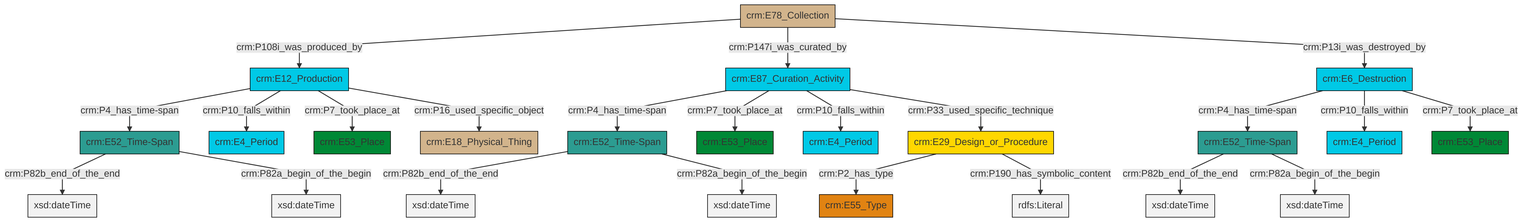
Earlier version of the Mermaid export et/archivalCSV/ttl/mmd/png/archival_existence.png (swiss-art-research-net/docs.swissartresearch). Its source is kept beside it as et/archivalCSV/ttl/mmd/archival_existence.ttl.mmd.
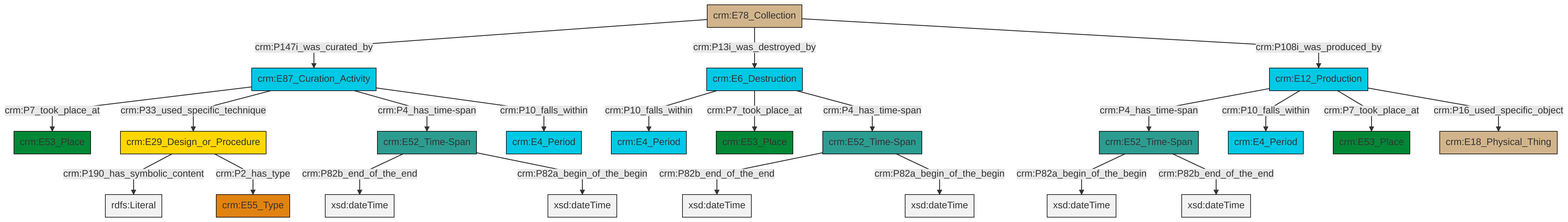
Above is the later version.

Diff of the diagram source:
```diff
@@ -13,25 +13,25 @@
 classDef PC_Classes fill:#4ce600, stroke:#000000;
 classDef Multi fill:#cccccc,stroke:#000000;
 
-4["crm:E29_Design_or_Procedure"]:::Conceptual_Object -->|crm:P2_has_type| 5["crm:E55_Type"]:::Type
-0["crm:E6_Destruction"]:::Temporal_Entity -->|crm:P4_has_time-span| 10["crm:E52_Time-Span"]:::Time-Span
-8["crm:E52_Time-Span"]:::Time-Span -->|crm:P82b_end_of_the_end| 11[xsd:dateTime]:::Literal
-2["crm:E87_Curation_Activity"]:::Temporal_Entity -->|crm:P4_has_time-span| 12["crm:E52_Time-Span"]:::Time-Span
-0["crm:E6_Destruction"]:::Temporal_Entity -->|crm:P10_falls_within| 6["crm:E4_Period"]:::Temporal_Entity
-14["crm:E12_Production"]:::Temporal_Entity -->|crm:P4_has_time-span| 8["crm:E52_Time-Span"]:::Time-Span
-2["crm:E87_Curation_Activity"]:::Temporal_Entity -->|crm:P7_took_place_at| 19["crm:E53_Place"]:::Place
-15["crm:E78_Collection"]:::Physical_Thing -->|crm:P108i_was_produced_by| 14["crm:E12_Production"]:::Temporal_Entity
-0["crm:E6_Destruction"]:::Temporal_Entity -->|crm:P7_took_place_at| 21["crm:E53_Place"]:::Place
-12["crm:E52_Time-Span"]:::Time-Span -->|crm:P82b_end_of_the_end| 22[xsd:dateTime]:::Literal
-12["crm:E52_Time-Span"]:::Time-Span -->|crm:P82a_begin_of_the_begin| 23[xsd:dateTime]:::Literal
-10["crm:E52_Time-Span"]:::Time-Span -->|crm:P82b_end_of_the_end| 24[xsd:dateTime]:::Literal
-4["crm:E29_Design_or_Procedure"]:::Conceptual_Object -->|crm:P190_has_symbolic_content| 25[rdfs:Literal]:::Literal
-10["crm:E52_Time-Span"]:::Time-Span -->|crm:P82a_begin_of_the_begin| 26[xsd:dateTime]:::Literal
-14["crm:E12_Production"]:::Temporal_Entity -->|crm:P10_falls_within| 17["crm:E4_Period"]:::Temporal_Entity
-2["crm:E87_Curation_Activity"]:::Temporal_Entity -->|crm:P10_falls_within| 29["crm:E4_Period"]:::Temporal_Entity
-8["crm:E52_Time-Span"]:::Time-Span -->|crm:P82a_begin_of_the_begin| 31[xsd:dateTime]:::Literal
-14["crm:E12_Production"]:::Temporal_Entity -->|crm:P7_took_place_at| 36["crm:E53_Place"]:::Place
-14["crm:E12_Production"]:::Temporal_Entity -->|crm:P16_used_specific_object| 27["crm:E18_Physical_Thing"]:::Physical_Thing
-15["crm:E78_Collection"]:::Physical_Thing -->|crm:P147i_was_curated_by| 2["crm:E87_Curation_Activity"]:::Temporal_Entity
-2["crm:E87_Curation_Activity"]:::Temporal_Entity -->|crm:P33_used_specific_technique| 4["crm:E29_Design_or_Procedure"]:::Conceptual_Object
-15["crm:E78_Collection"]:::Physical_Thing -->|crm:P13i_was_destroyed_by| 0["crm:E6_Destruction"]:::Temporal_Entity
+0["crm:E12_Production"]:::Temporal_Entity -->|crm:P4_has_time-span| 1["crm:E52_Time-Span"]:::Time-Span
+6["crm:E52_Time-Span"]:::Time-Span -->|crm:P82b_end_of_the_end| 7[xsd:dateTime]:::Literal
+8["crm:E78_Collection"]:::Physical_Thing -->|crm:P147i_was_curated_by| 9["crm:E87_Curation_Activity"]:::Temporal_Entity
+4["crm:E6_Destruction"]:::Temporal_Entity -->|crm:P10_falls_within| 10["crm:E4_Period"]:::Temporal_Entity
+12["crm:E29_Design_or_Procedure"]:::Conceptual_Object -->|crm:P190_has_symbolic_content| 13[rdfs:Literal]:::Literal
+12["crm:E29_Design_or_Procedure"]:::Conceptual_Object -->|crm:P2_has_type| 18["crm:E55_Type"]:::Type
+6["crm:E52_Time-Span"]:::Time-Span -->|crm:P82a_begin_of_the_begin| 19[xsd:dateTime]:::Literal
+20["crm:E52_Time-Span"]:::Time-Span -->|crm:P82b_end_of_the_end| 21[xsd:dateTime]:::Literal
+0["crm:E12_Production"]:::Temporal_Entity -->|crm:P10_falls_within| 2["crm:E4_Period"]:::Temporal_Entity
+9["crm:E87_Curation_Activity"]:::Temporal_Entity -->|crm:P7_took_place_at| 25["crm:E53_Place"]:::Place
+1["crm:E52_Time-Span"]:::Time-Span -->|crm:P82a_begin_of_the_begin| 28[xsd:dateTime]:::Literal
+1["crm:E52_Time-Span"]:::Time-Span -->|crm:P82b_end_of_the_end| 34[xsd:dateTime]:::Literal
+9["crm:E87_Curation_Activity"]:::Temporal_Entity -->|crm:P33_used_specific_technique| 12["crm:E29_Design_or_Procedure"]:::Conceptual_Object
+0["crm:E12_Production"]:::Temporal_Entity -->|crm:P7_took_place_at| 14["crm:E53_Place"]:::Place
+8["crm:E78_Collection"]:::Physical_Thing -->|crm:P13i_was_destroyed_by| 4["crm:E6_Destruction"]:::Temporal_Entity
+4["crm:E6_Destruction"]:::Temporal_Entity -->|crm:P7_took_place_at| 16["crm:E53_Place"]:::Place
+8["crm:E78_Collection"]:::Physical_Thing -->|crm:P108i_was_produced_by| 0["crm:E12_Production"]:::Temporal_Entity
+20["crm:E52_Time-Span"]:::Time-Span -->|crm:P82a_begin_of_the_begin| 37[xsd:dateTime]:::Literal
+4["crm:E6_Destruction"]:::Temporal_Entity -->|crm:P4_has_time-span| 20["crm:E52_Time-Span"]:::Time-Span
+9["crm:E87_Curation_Activity"]:::Temporal_Entity -->|crm:P4_has_time-span| 6["crm:E52_Time-Span"]:::Time-Span
+0["crm:E12_Production"]:::Temporal_Entity -->|crm:P16_used_specific_object| 26["crm:E18_Physical_Thing"]:::Physical_Thing
+9["crm:E87_Curation_Activity"]:::Temporal_Entity -->|crm:P10_falls_within| 31["crm:E4_Period"]:::Temporal_Entity
```
